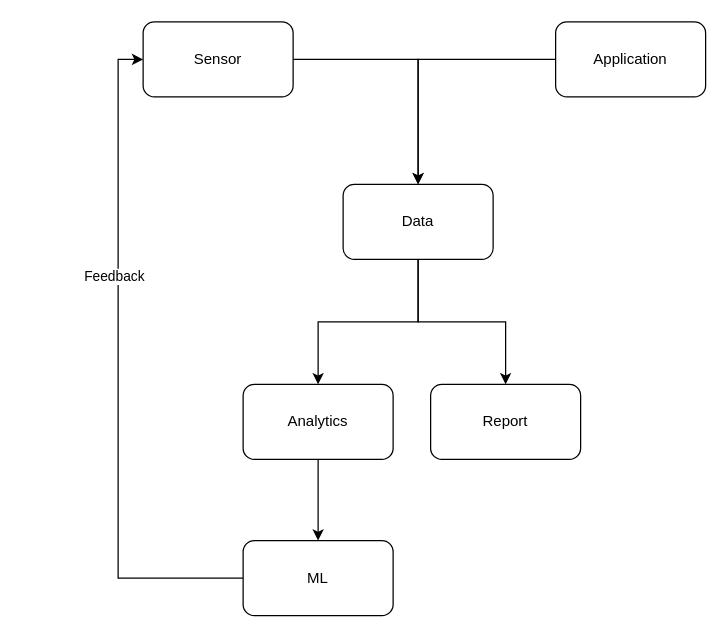
tashimaoke/PS keeps this draw.io diagram as Untitled Diagram.drawio. Above is the earlier version. Source tidied: cells renumbered, new cells numbered last; positions are measured from the earlier drawing's top-left corner, leaving out a move shared by most shapes. Both pictures are drawn from the tidied source at 125%, with x=0, y=0 at pixel (118, 21).
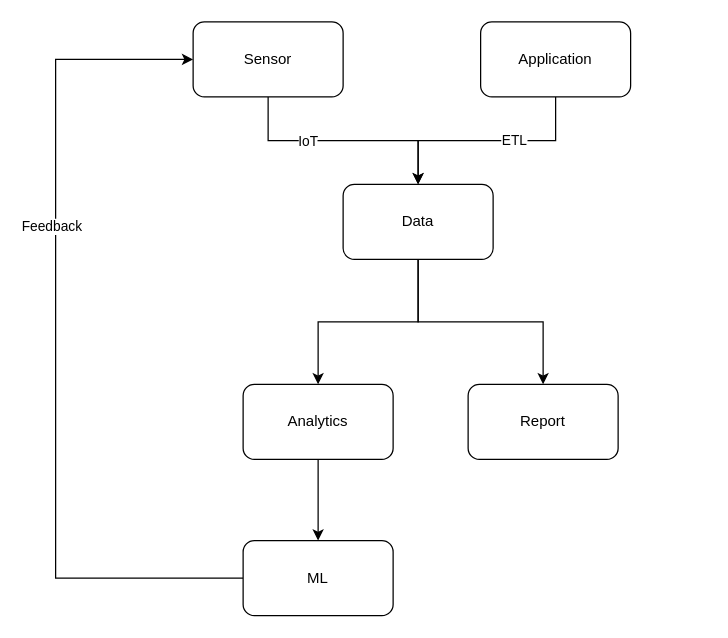
The same page after the edit.

Diff of the diagram source:
```diff
@@
 <mxGraphModel>
   <root>
     <mxCell id="0" />
     <mxCell id="1" parent="0" />
     <mxCell id="2" style="edgeStyle=orthogonalEdgeStyle;rounded=0;jettySize=auto;html=1;" parent="1" edge="1" source="3" target="6">
       <mxGeometry relative="1" as="geometry" />
     </mxCell>
+    <mxCell id="15" value="ETL" style="edgeLabel;html=1;align=center;verticalAlign=middle;" parent="2" vertex="1">
+      <mxGeometry x="-0.23" y="-1" relative="1" as="geometry" />
+    </mxCell>
     <mxCell id="3" value="Application" style="rounded=1;whiteSpace=wrap;html=1;" parent="1" vertex="1">
-      <mxGeometry x="350" width="120" height="60" as="geometry" />
+      <mxGeometry x="290" width="120" height="60" as="geometry" />
     </mxCell>
     <mxCell id="4" style="edgeStyle=orthogonalEdgeStyle;rounded=0;jettySize=auto;html=1;" parent="1" edge="1" source="6" target="7">
       <mxGeometry relative="1" as="geometry" />
     </mxCell>
     <mxCell id="5" style="edgeStyle=orthogonalEdgeStyle;rounded=0;jettySize=auto;html=1;" parent="1" edge="1" source="6" target="9">
       <mxGeometry relative="1" as="geometry" />
     </mxCell>
     <mxCell id="6" value="Data" style="rounded=1;whiteSpace=wrap;html=1;" parent="1" vertex="1">
       <mxGeometry x="180" y="130" width="120" height="60" as="geometry" />
     </mxCell>
     <mxCell id="7" value="Report" style="rounded=1;whiteSpace=wrap;html=1;" parent="1" vertex="1">
-      <mxGeometry x="250" y="290" width="120" height="60" as="geometry" />
+      <mxGeometry x="280" y="290" width="120" height="60" as="geometry" />
     </mxCell>
     <mxCell id="8" style="edgeStyle=orthogonalEdgeStyle;rounded=0;jettySize=auto;html=1;" parent="1" edge="1" source="9" target="14">
       <mxGeometry relative="1" as="geometry" />
     </mxCell>
     <mxCell id="9" value="Analytics" style="whiteSpace=wrap;html=1;rounded=1;" parent="1" vertex="1">
       <mxGeometry x="100" y="290" width="120" height="60" as="geometry" />
     </mxCell>
     <mxCell id="10" style="edgeStyle=orthogonalEdgeStyle;rounded=0;jettySize=auto;html=1;entryX=0.5;entryY=0;entryDx=0;entryDy=0;" parent="1" edge="1" source="11" target="6">
       <mxGeometry relative="1" as="geometry" />
     </mxCell>
+    <mxCell id="16" value="IoT" style="edgeLabel;html=1;align=center;verticalAlign=middle;" parent="10" vertex="1">
+      <mxGeometry x="-0.31" relative="1" as="geometry" />
+    </mxCell>
     <mxCell id="11" value="Sensor" style="rounded=1;whiteSpace=wrap;html=1;" parent="1" vertex="1">
-      <mxGeometry x="20" width="120" height="60" as="geometry" />
+      <mxGeometry x="60" width="120" height="60" as="geometry" />
     </mxCell>
     <mxCell id="12" style="edgeStyle=orthogonalEdgeStyle;rounded=0;jettySize=auto;html=1;entryX=0;entryY=0.5;entryDx=0;entryDy=0;" parent="1" edge="1" source="14" target="11">
       <mxGeometry relative="1" as="geometry">
         <Array as="points">
-          <mxPoint y="445" />
-          <mxPoint y="30" />
+          <mxPoint x="-50" y="445" />
+          <mxPoint x="-50" y="30" />
         </Array>
       </mxGeometry>
     </mxCell>
     <mxCell id="13" value="Feedback" style="edgeLabel;html=1;align=center;verticalAlign=middle;" parent="12" vertex="1">
       <mxGeometry x="0.28" y="4" relative="1" as="geometry" />
     </mxCell>
     <mxCell id="14" value="ML" style="whiteSpace=wrap;html=1;rounded=1;" parent="1" vertex="1">
       <mxGeometry x="100" y="415" width="120" height="60" as="geometry" />
     </mxCell>
   </root>
 </mxGraphModel>
```
